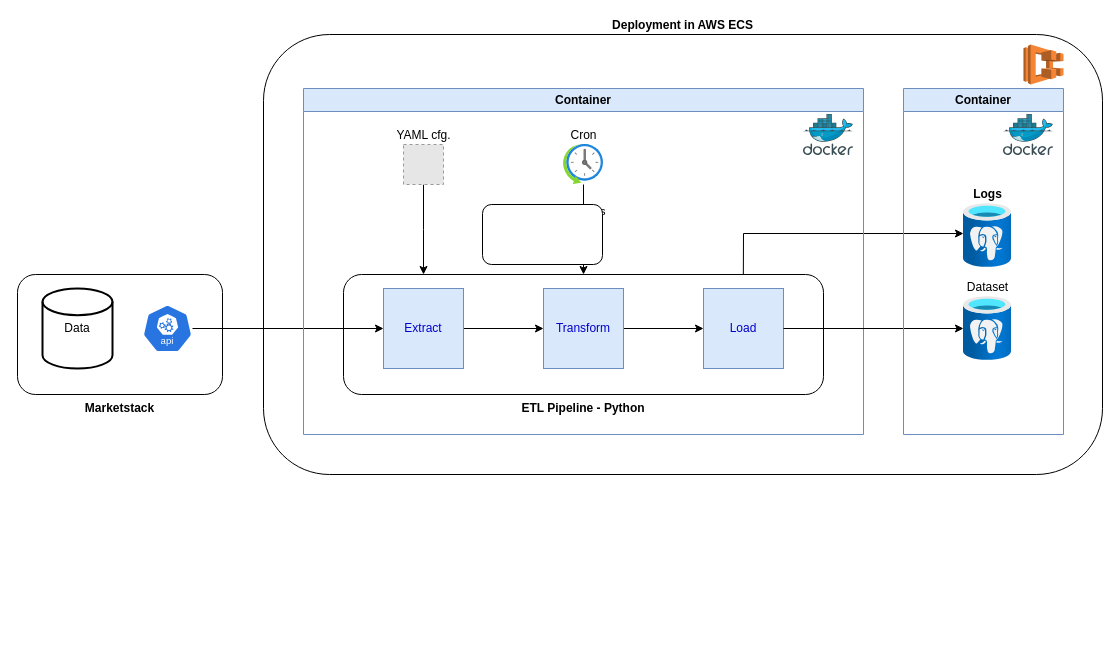
Earlier version of the draw.io diagram Architecture.drawio (ruimgcorreia77/DC_Project_01). Source tidied: cells renumbered, new cells numbered last; positions are measured from the earlier drawing's top-left corner, leaving out a move shared by most shapes. Both pictures are drawn from the tidied source at 100%, with x=0, y=0 at pixel (17, 34). Pictures stored in the file or linked from it are replaced by grey dashed boxes.
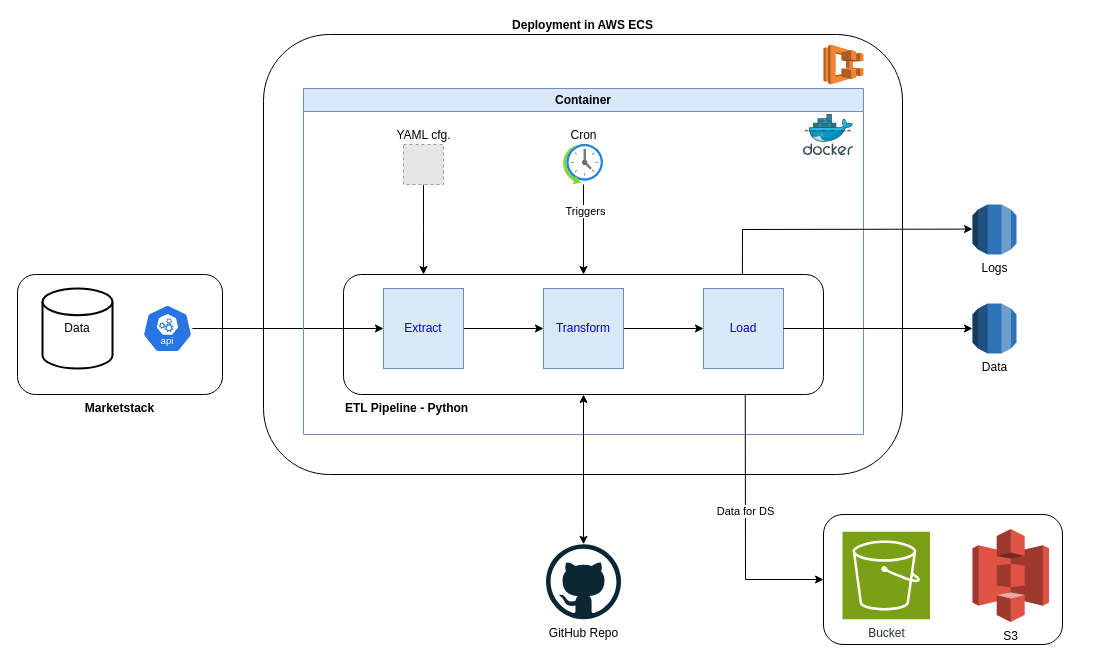
Above is the later version.

Unchanged cells that the change refers to:
```xml
<mxCell id="11" value="&lt;font color=&quot;#0000cc&quot;&gt;Load&lt;/font&gt;" style="whiteSpace=wrap;html=1;fillColor=#dae8fc;strokeColor=#6c8ebf;" parent="1" vertex="1">
  <mxGeometry x="686" y="254" width="80" height="80" as="geometry" />
</mxCell>
<mxCell id="20" value="Container" style="swimlane;whiteSpace=wrap;html=1;fillColor=#dae8fc;strokeColor=#6c8ebf;" parent="1" vertex="1">
  <mxGeometry x="286" y="54" width="560" height="346" as="geometry" />
</mxCell>
```

The edit, as a diff of the source:
```diff
@@
     <mxCell id="3" value="&lt;b&gt;Deployment in AWS ECS&lt;/b&gt;" style="rounded=1;whiteSpace=wrap;html=1;labelPosition=center;verticalLabelPosition=top;align=center;verticalAlign=bottom;" parent="1" vertex="1">
-      <mxGeometry x="246" width="839" height="440" as="geometry" />
+      <mxGeometry x="246" width="639" height="440" as="geometry" />
     </mxCell>
@@
-    <mxCell id="6" value="&lt;div&gt;&lt;b style=&quot;background-color: initial;&quot;&gt;ETL Pipeline - Python&lt;/b&gt;&lt;br&gt;&lt;/div&gt;" style="rounded=1;whiteSpace=wrap;html=1;align=center;verticalAlign=top;horizontal=1;labelPosition=center;verticalLabelPosition=bottom;" parent="1" vertex="1">
+    <mxCell id="6" value="&lt;div&gt;&lt;b style=&quot;background-color: initial;&quot;&gt;ETL Pipeline - Python&lt;/b&gt;&lt;br&gt;&lt;/div&gt;" style="rounded=1;whiteSpace=wrap;html=1;align=left;verticalAlign=top;horizontal=1;labelPosition=center;verticalLabelPosition=bottom;" parent="1" vertex="1">
       <mxGeometry x="326" y="240" width="480" height="120" as="geometry" />
     </mxCell>
@@
-    <mxCell id="13" value="Dataset" style="image;html=1;points=[];align=center;fontSize=12;image=img/lib/azure2/databases/Azure_Database_PostgreSQL_Server.svg;labelPosition=center;verticalLabelPosition=top;verticalAlign=bottom;" parent="1" vertex="1">
-      <mxGeometry x="946" y="262" width="48" height="64" as="geometry" />
-    </mxCell>
-    <mxCell id="14" style="endArrow=classic;html=1;rounded=0;exitX=0.833;exitY=0.003;exitDx=0;exitDy=0;exitPerimeter=0;entryX=0;entryY=0.469;entryDx=0;entryDy=0;entryPerimeter=0;" parent="1" edge="1" source="6" target="24">
-      <mxGeometry relative="1" as="geometry">
-        <Array as="points">
-          <mxPoint x="726" y="199" />
-        </Array>
-      </mxGeometry>
-    </mxCell>
@@
+    <mxCell id="14" style="endArrow=classic;html=1;rounded=0;exitX=0.831;exitY=0.003;exitDx=0;exitDy=0;exitPerimeter=0;entryX=0;entryY=0.5;entryDx=0;entryDy=0;entryPerimeter=0;" parent="20" edge="1" source="6">
+      <mxGeometry relative="1" as="geometry">
+        <mxPoint x="669" y="140.6" as="targetPoint" />
+        <Array as="points">
+          <mxPoint x="439" y="141" />
+        </Array>
+      </mxGeometry>
+    </mxCell>
-    <mxCell id="22" style="edgeStyle=orthogonalEdgeStyle;rounded=0;jettySize=auto;html=1;entryX=0;entryY=0.5;entryDx=0;entryDy=0;entryPerimeter=0;" parent="1" edge="1" source="11" target="13">
+    <mxCell id="22" style="edgeStyle=orthogonalEdgeStyle;rounded=0;jettySize=auto;html=1;entryX=0;entryY=0.5;entryDx=0;entryDy=0;entryPerimeter=0;" parent="1" edge="1" source="11" target="33">
       <mxGeometry relative="1" as="geometry" />
     </mxCell>
-    <mxCell id="23" value="Container" style="swimlane;whiteSpace=wrap;html=1;fillColor=#dae8fc;strokeColor=#6c8ebf;" parent="1" vertex="1">
-      <mxGeometry x="886" y="54" width="160" height="346" as="geometry" />
-    </mxCell>
+    <mxCell id="26" style="dashed=0;verticalLabelPosition=bottom;verticalAlign=top;align=center;html=1;shape=mxgraph.aws3.ecs;fillColor=#F58534;gradientColor=none;" parent="1" vertex="1">
+      <mxGeometry x="806" y="10" width="40" height="40" as="geometry" />
+    </mxCell>
+    <mxCell id="28" style="rounded=1;whiteSpace=wrap;html=1;gradientColor=none;" parent="1" vertex="1">
+      <mxGeometry x="806" y="480" width="239" height="130" as="geometry" />
+    </mxCell>
+    <mxCell id="29" value="S3" style="dashed=0;verticalLabelPosition=bottom;verticalAlign=top;align=center;html=1;shape=mxgraph.aws3.s3;fillColor=#E05243;gradientColor=none;" parent="1" vertex="1">
+      <mxGeometry x="955" y="494.5" width="76.5" height="93" as="geometry" />
+    </mxCell>
+    <mxCell id="30" value="Bucket" style="sketch=0;fontColor=#232F3E;fillColor=#7AA116;strokeColor=#ffffff;dashed=0;verticalLabelPosition=bottom;verticalAlign=top;align=center;html=1;fontSize=12;fontStyle=0;shape=mxgraph.aws4.resourceIcon;resIcon=mxgraph.aws4.s3;" parent="1" vertex="1">
+      <mxGeometry x="825" y="497.2" width="87.5" height="87.5" as="geometry" />
+    </mxCell>
+    <mxCell id="31" value="GitHub Repo" style="dashed=0;outlineConnect=0;html=1;align=center;labelPosition=center;verticalLabelPosition=bottom;verticalAlign=top;shape=mxgraph.weblogos.github;" parent="1" vertex="1">
+      <mxGeometry x="528.5" y="509.8" width="75" height="75" as="geometry" />
+    </mxCell>
+    <mxCell id="32" style="endArrow=classic;startArrow=classic;html=1;rounded=0;" parent="1" edge="1" source="31" target="6">
+      <mxGeometry relative="1" as="geometry" />
+    </mxCell>
-    <mxCell id="24" value="&lt;b&gt;Logs&lt;/b&gt;" style="image;html=1;points=[];align=center;fontSize=12;image=img/lib/azure2/databases/Azure_Database_PostgreSQL_Server.svg;labelPosition=center;verticalLabelPosition=top;verticalAlign=bottom;" parent="23" vertex="1">
-      <mxGeometry x="60" y="115" width="48" height="64" as="geometry" />
+    <mxCell id="24" value="Logs" style="outlineConnect=0;dashed=0;verticalLabelPosition=bottom;verticalAlign=top;align=center;html=1;shape=mxgraph.aws3.rds;fillColor=#2E73B8;gradientColor=none;" parent="1" vertex="1">
+      <mxGeometry x="955" y="170" width="44" height="50" as="geometry" />
     </mxCell>
-    <mxCell id="25" style="image;sketch=0;html=1;align=center;fontSize=12;image=img/lib/mscae/Docker.svg;" parent="23" vertex="1">
-      <mxGeometry x="100" y="26" width="50" height="41" as="geometry" />
-    </mxCell>
-    <mxCell id="26" style="dashed=0;verticalLabelPosition=bottom;verticalAlign=top;align=center;html=1;shape=mxgraph.aws3.ecs;fillColor=#F58534;gradientColor=none;" parent="1" vertex="1">
-      <mxGeometry x="1006" y="10" width="40" height="40" as="geometry" />
-    </mxCell>
-    <mxCell id="27" style="rounded=1;whiteSpace=wrap;html=1;" parent="1" vertex="1">
-      <mxGeometry x="465" y="170" width="120" height="60" as="geometry" />
-    </mxCell>
+    <mxCell id="33" value="Data" style="outlineConnect=0;dashed=0;verticalLabelPosition=bottom;verticalAlign=top;align=center;html=1;shape=mxgraph.aws3.rds;fillColor=#2E73B8;gradientColor=none;" parent="1" vertex="1">
+      <mxGeometry x="955" y="269" width="44" height="50" as="geometry" />
+    </mxCell>
+    <mxCell id="34" style="endArrow=classic;html=1;rounded=0;exitX=0.837;exitY=1.003;exitDx=0;exitDy=0;exitPerimeter=0;entryX=0;entryY=0.5;entryDx=0;entryDy=0;" parent="1" edge="1" source="6" target="28">
+      <mxGeometry relative="1" as="geometry">
+        <Array as="points">
+          <mxPoint x="728" y="545" />
+        </Array>
+      </mxGeometry>
+    </mxCell>
+    <mxCell id="35" value="Data for DS" style="edgeLabel;html=1;align=center;verticalAlign=middle;" parent="34" vertex="1">
+      <mxGeometry x="-0.12" relative="1" as="geometry" />
+    </mxCell>
```
